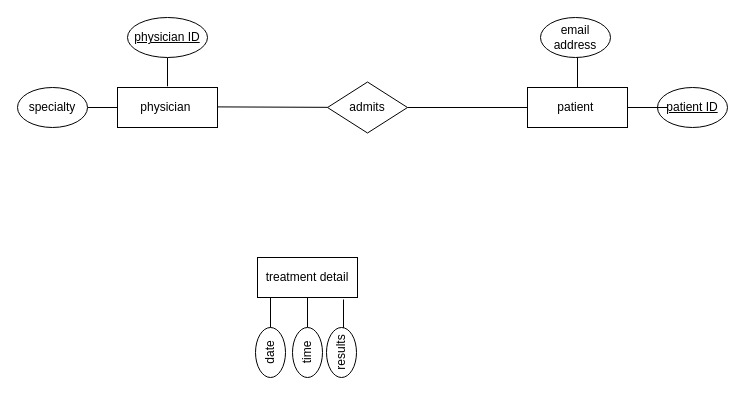
Before: Medical Solutions Hospital.drawio in victoriapuck15/ERdiagrams-, a draw.io diagram. Source tidied: cells renumbered, new cells numbered last; positions are measured from the earlier drawing's top-left corner, leaving out a move shared by most shapes. Both pictures are drawn from the tidied source at 100%, with x=0, y=0 at pixel (17, 17).
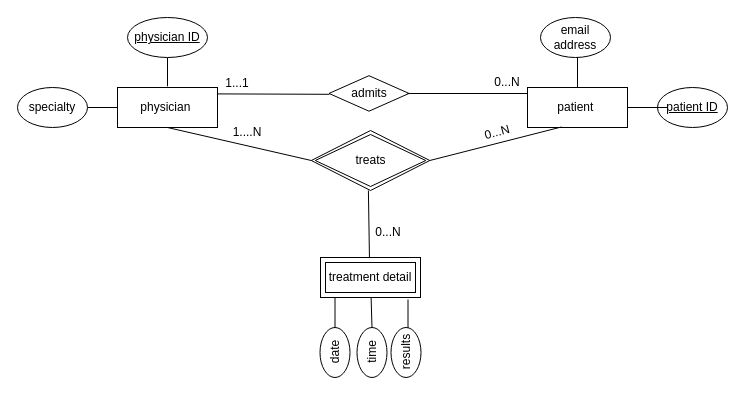
Above is the later version.

Unchanged cells that the change refers to:
```xml
<mxCell id="2" value="physician&amp;nbsp;" style="rounded=0;whiteSpace=wrap;html=1;" parent="1" vertex="1">
  <mxGeometry x="100" y="70" width="100" height="40" as="geometry" />
</mxCell>
<mxCell id="7" value="patient&amp;nbsp;" style="rounded=0;whiteSpace=wrap;html=1;" parent="1" vertex="1">
  <mxGeometry x="510" y="70" width="100" height="40" as="geometry" />
</mxCell>
```

The edit, as a diff of the source:
```diff
@@
-    <mxCell id="13" value="treatment detail" style="rounded=0;whiteSpace=wrap;html=1;" parent="1" vertex="1">
-      <mxGeometry x="240" y="240" width="100" height="40" as="geometry" />
-    </mxCell>
     <mxCell id="14" style="endArrow=none;html=1;rounded=0;exitX=0.25;exitY=1;exitDx=0;exitDy=0;" parent="1" edge="1">
       <mxGeometry relative="1" as="geometry">
-        <mxPoint x="253" y="280" as="sourcePoint" />
-        <mxPoint x="253" y="320" as="targetPoint" />
+        <mxPoint x="317.5" y="280" as="sourcePoint" />
+        <mxPoint x="317.5" y="320" as="targetPoint" />
       </mxGeometry>
     </mxCell>
     <mxCell id="15" value="date" style="ellipse;whiteSpace=wrap;html=1;rotation=-90;" parent="1" vertex="1">
-      <mxGeometry x="228" y="320" width="50" height="30" as="geometry" />
+      <mxGeometry x="292.5" y="320" width="50" height="30" as="geometry" />
     </mxCell>
-    <mxCell id="16" style="endArrow=none;html=1;rounded=0;exitX=0.5;exitY=1;exitDx=0;exitDy=0;" parent="1" edge="1">
+    <mxCell id="16" style="endArrow=none;html=1;rounded=0;" parent="1" edge="1" source="13">
       <mxGeometry relative="1" as="geometry">
-        <mxPoint x="290" y="280" as="sourcePoint" />
-        <mxPoint x="290" y="310" as="targetPoint" />
+        <mxPoint x="354.5" y="310" as="targetPoint" />
       </mxGeometry>
     </mxCell>
     <mxCell id="17" value="time&lt;br&gt;" style="ellipse;whiteSpace=wrap;html=1;rotation=-90;" parent="1" vertex="1">
-      <mxGeometry x="265" y="320" width="50" height="30" as="geometry" />
+      <mxGeometry x="329.5" y="320" width="50" height="30" as="geometry" />
     </mxCell>
     <mxCell id="18" style="endArrow=none;html=1;rounded=0;exitX=0.5;exitY=1;exitDx=0;exitDy=0;" parent="1" edge="1">
       <mxGeometry relative="1" as="geometry">
-        <mxPoint x="326" y="282" as="sourcePoint" />
-        <mxPoint x="326" y="312" as="targetPoint" />
+        <mxPoint x="390.5" y="282" as="sourcePoint" />
+        <mxPoint x="390.5" y="312" as="targetPoint" />
       </mxGeometry>
     </mxCell>
     <mxCell id="19" value="results" style="ellipse;whiteSpace=wrap;html=1;rotation=-90;" parent="1" vertex="1">
-      <mxGeometry x="299" y="320" width="50" height="30" as="geometry" />
+      <mxGeometry x="363.5" y="320" width="50" height="30" as="geometry" />
     </mxCell>
-    <mxCell id="20" style="endArrow=none;html=1;rounded=0;" parent="1" edge="1" target="21">
+    <mxCell id="20" style="endArrow=none;html=1;rounded=0;" parent="1" edge="1">
       <mxGeometry relative="1" as="geometry">
-        <mxPoint x="200" y="89.4" as="sourcePoint" />
+        <mxPoint x="200" y="76.4" as="sourcePoint" />
+        <mxPoint x="311.9" y="76.8" as="targetPoint" />
       </mxGeometry>
     </mxCell>
     <mxCell id="21" value="admits" style="shape=rhombus;perimeter=rhombusPerimeter;whiteSpace=wrap;html=1;align=center;" parent="1" vertex="1">
-      <mxGeometry x="310" y="64.5" width="80" height="51" as="geometry" />
+      <mxGeometry x="311.5" y="58.2" width="80" height="35.5" as="geometry" />
     </mxCell>
     <mxCell id="22" style="endArrow=none;html=1;rounded=0;" parent="1" edge="1">
       <mxGeometry relative="1" as="geometry">
-        <mxPoint x="390" y="90" as="sourcePoint" />
-        <mxPoint x="510" y="90" as="targetPoint" />
+        <mxPoint x="390" y="76" as="sourcePoint" />
+        <mxPoint x="510" y="76" as="targetPoint" />
       </mxGeometry>
     </mxCell>
+    <mxCell id="23" value="1...1" style="text;html=1;strokeColor=none;fillColor=none;align=center;verticalAlign=middle;whiteSpace=wrap;rounded=0;" parent="1" vertex="1">
+      <mxGeometry x="190" y="50.5" width="60" height="30" as="geometry" />
+    </mxCell>
+    <mxCell id="24" value="0...N" style="text;html=1;strokeColor=none;fillColor=none;align=center;verticalAlign=middle;whiteSpace=wrap;rounded=0;" parent="1" vertex="1">
+      <mxGeometry x="460" y="49.5" width="60" height="30" as="geometry" />
+    </mxCell>
+    <mxCell id="25" style="endArrow=none;html=1;rounded=0;entryX=0.5;entryY=1;entryDx=0;entryDy=0;exitX=0;exitY=0.5;exitDx=0;exitDy=0;" parent="1" edge="1" source="31" target="2">
+      <mxGeometry relative="1" as="geometry" />
+    </mxCell>
+    <mxCell id="26" style="endArrow=none;html=1;rounded=0;exitX=0.5;exitY=1;exitDx=0;exitDy=0;" parent="1" edge="1">
+      <mxGeometry relative="1" as="geometry">
+        <mxPoint x="350.9" y="173" as="sourcePoint" />
+        <mxPoint x="352" y="243" as="targetPoint" />
+      </mxGeometry>
+    </mxCell>
+    <mxCell id="27" style="endArrow=none;html=1;rounded=0;exitX=1;exitY=0.5;exitDx=0;exitDy=0;entryX=0.34;entryY=0.987;entryDx=0;entryDy=0;entryPerimeter=0;" parent="1" edge="1" source="31" target="7">
+      <mxGeometry relative="1" as="geometry" />
+    </mxCell>
+    <mxCell id="28" value="0...N" style="text;html=1;strokeColor=none;fillColor=none;align=center;verticalAlign=middle;whiteSpace=wrap;rounded=0;rotation=-15;" parent="1" vertex="1">
+      <mxGeometry x="450" y="100" width="60" height="30" as="geometry" />
+    </mxCell>
+    <mxCell id="29" value="1....N" style="text;html=1;strokeColor=none;fillColor=none;align=center;verticalAlign=middle;whiteSpace=wrap;rounded=0;rotation=0;" parent="1" vertex="1">
+      <mxGeometry x="200" y="100" width="60" height="30" as="geometry" />
+    </mxCell>
+    <mxCell id="30" value="0...N" style="text;html=1;strokeColor=none;fillColor=none;align=center;verticalAlign=middle;whiteSpace=wrap;rounded=0;rotation=0;" parent="1" vertex="1">
+      <mxGeometry x="341" y="200" width="60" height="30" as="geometry" />
+    </mxCell>
+    <mxCell id="13" value="treatment detail" style="shape=ext;margin=3;double=1;whiteSpace=wrap;html=1;align=center;" parent="1" vertex="1">
+      <mxGeometry x="303" y="240" width="100" height="40" as="geometry" />
+    </mxCell>
+    <mxCell id="31" value="treats" style="shape=rhombus;double=1;perimeter=rhombusPerimeter;whiteSpace=wrap;html=1;align=center;" parent="1" vertex="1">
+      <mxGeometry x="293.8" y="113" width="118.5" height="60" as="geometry" />
+    </mxCell>
```
